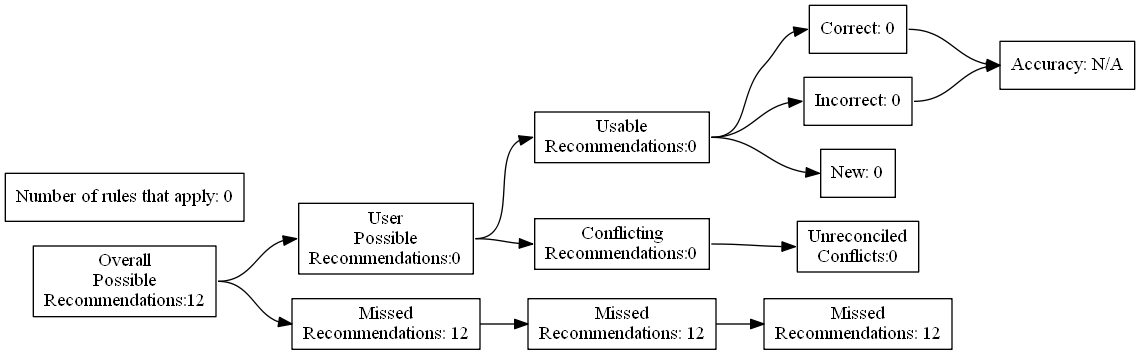
ZaxR/ibd_diet_analysis keeps this Graphviz diagram as test_renders/6.gv.png. Above is the earlier version. Its source is kept beside it as test_renders/6.gv.
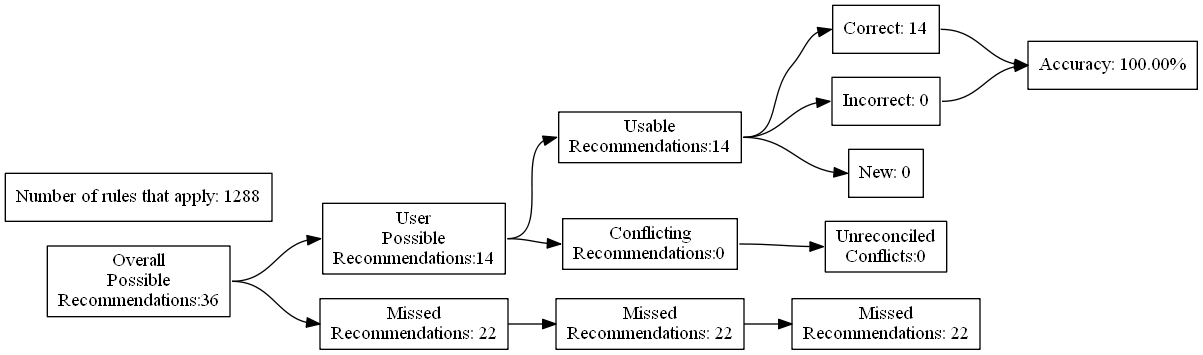
Above is the later version.

The edit, as a diff of the source:
```diff
@@ -4,27 +4,27 @@
 	edge [headport=w tailport=e]
 		A [label="Overall
 Possible
-Recommendations:12"]
+Recommendations:36"]
 		B [label="User
 Possible
-Recommendations:0"]
+Recommendations:14"]
 		C [label="Missed
-Recommendations: 12"]
+Recommendations: 22"]
 		D [label="Usable
-Recommendations:0"]
+Recommendations:14"]
 		E [label="Conflicting
 Recommendations:0"]
 		J [label="Missed
-Recommendations: 12"]
+Recommendations: 22"]
 		M [label="Unreconciled
 Conflicts:0"]
-		F [label="Correct: 0"]
+		F [label="Correct: 14"]
 		G [label="Incorrect: 0"]
 		H [label="New: 0"]
 		K [label="Missed
-Recommendations: 12"]
-		I [label="Accuracy: N/A"]
-		l [label="Number of rules that apply: 0"]
+Recommendations: 22"]
+		I [label="Accuracy: 100.00%"]
+		l [label="Number of rules that apply: 1288"]
 			A -> B
 			A -> C
 			B -> D
```
